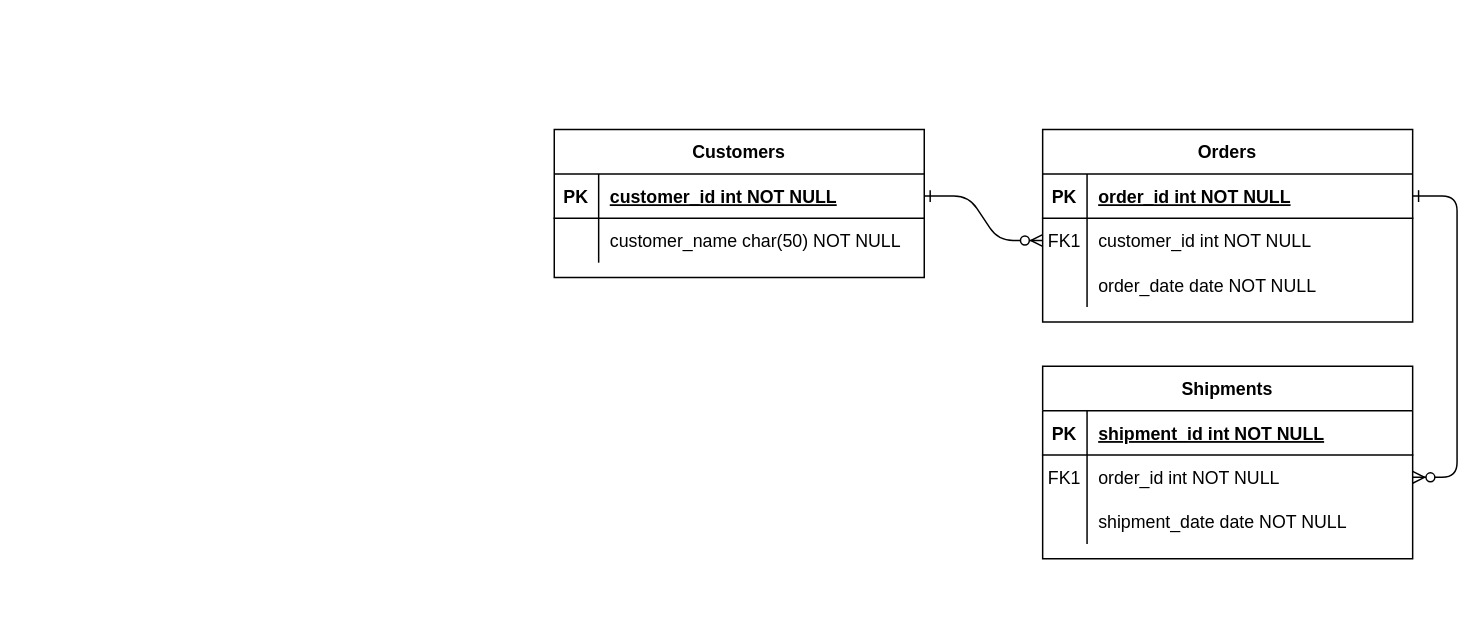
Above: Untitled Diagram.drawio in GiorgiEz/DB-modeling (draw.io), before the change. Source tidied: cells renumbered, new cells numbered last; positions are measured from the earlier drawing's top-left corner, leaving out a move shared by most shapes. Both pictures are drawn from the tidied source at 148%, with x=0, y=0 at pixel (554, 129).
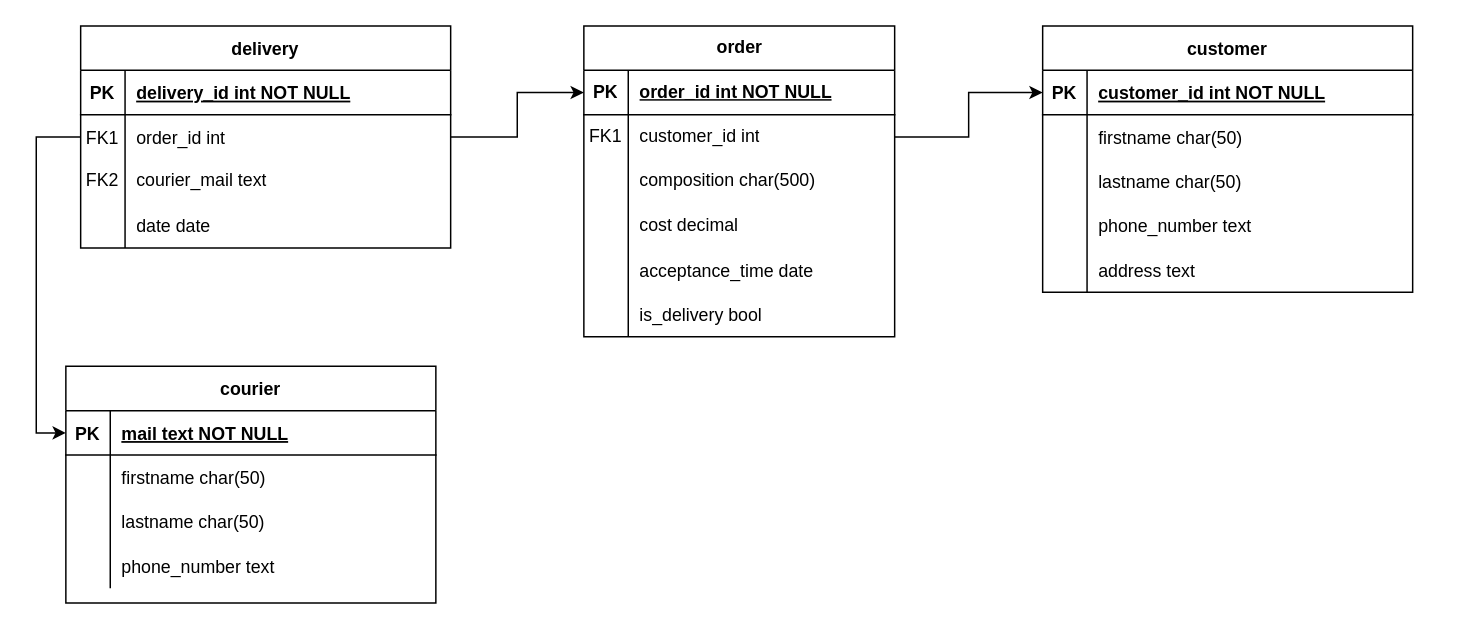
Above is the later version.

Commit message:
Added tables for delivery, order, customer and courier

The change refers to these unchanged cells:
```xml
<mxCell id="5" style="shape=partialRectangle;fillColor=none;points=[[0,0.5],[1,0.5]];portConstraint=eastwest;top=0;left=0;right=0;bottom=1;" parent="4" vertex="1">
  <mxGeometry y="30" width="250" height="30" as="geometry" />
</mxCell>
<mxCell id="8" style="shape=partialRectangle;fillColor=none;points=[[0,0.5],[1,0.5]];portConstraint=eastwest;top=0;left=0;right=0;bottom=0;" parent="4" vertex="1">
  <mxGeometry y="60" width="250" height="30" as="geometry" />
</mxCell>
<mxCell id="15" style="shape=partialRectangle;fillColor=none;points=[[0,0.5],[1,0.5]];portConstraint=eastwest;top=0;left=0;right=0;bottom=1;" parent="14" vertex="1">
  <mxGeometry y="30" width="250" height="30" as="geometry" />
</mxCell>
```

Change to the diagram source:
```diff
@@
-    <mxCell id="2" style="edgeStyle=entityRelationEdgeStyle;endArrow=ERzeroToMany;startArrow=ERone;endFill=1;startFill=0;" parent="1" edge="1" source="25" target="8">
-      <mxGeometry relative="1" as="geometry" />
-    </mxCell>
-    <mxCell id="3" style="edgeStyle=entityRelationEdgeStyle;endArrow=ERzeroToMany;startArrow=ERone;endFill=1;startFill=0;" parent="1" edge="1" source="5" target="18">
-      <mxGeometry relative="1" as="geometry" />
-    </mxCell>
-    <mxCell id="4" value="Orders" style="shape=table;startSize=30;childLayout=tableLayout;rowLines=0;fontStyle=1;align=center;" parent="1" vertex="1">
-      <mxGeometry x="330" width="250" height="130" as="geometry" />
+    <mxCell id="4" value="delivery" style="shape=table;startSize=30;childLayout=tableLayout;rowLines=0;fontStyle=1;align=center;" parent="1" vertex="1">
+      <mxGeometry x="-320" y="-70" width="250" height="150" as="geometry" />
     </mxCell>
@@
-    <mxCell id="7" value="order_id int NOT NULL " style="shape=partialRectangle;overflow=hidden;fillColor=none;top=0;left=0;bottom=0;right=0;align=left;spacingLeft=6;fontStyle=5;" parent="5" vertex="1">
+    <mxCell id="7" value="delivery_id int NOT NULL " style="shape=partialRectangle;overflow=hidden;fillColor=none;top=0;left=0;bottom=0;right=0;align=left;spacingLeft=6;fontStyle=5;" parent="5" vertex="1">
       <mxGeometry x="30" width="220" height="30" as="geometry" />
     </mxCell>
@@
-    <mxCell id="10" value="customer_id int NOT NULL" style="shape=partialRectangle;overflow=hidden;fillColor=none;top=0;left=0;bottom=0;right=0;align=left;spacingLeft=6;" parent="8" vertex="1">
+    <mxCell id="10" value="order_id int" style="shape=partialRectangle;overflow=hidden;fillColor=none;top=0;left=0;bottom=0;right=0;align=left;spacingLeft=6;" parent="8" vertex="1">
       <mxGeometry x="30" width="220" height="30" as="geometry" />
     </mxCell>
-    <mxCell id="11" style="shape=partialRectangle;fillColor=none;top=0;left=0;right=0;bottom=0;" parent="4" vertex="1">
-      <mxGeometry y="90" width="250" height="30" as="geometry" />
-    </mxCell>
-    <mxCell id="12" style="shape=partialRectangle;overflow=hidden;fillColor=none;top=0;left=0;bottom=0;right=0;" parent="11" vertex="1">
-      <mxGeometry width="30" height="30" as="geometry" />
-    </mxCell>
-    <mxCell id="13" value="order_date date NOT NULL" style="shape=partialRectangle;overflow=hidden;fillColor=none;top=0;left=0;bottom=0;right=0;align=left;spacingLeft=6;" parent="11" vertex="1">
-      <mxGeometry x="30" width="220" height="30" as="geometry" />
-    </mxCell>
+    <mxCell id="31" style="shape=tableRow;horizontal=0;startSize=0;swimlaneHead=0;swimlaneBody=0;fillColor=none;top=0;left=0;right=0;bottom=0;" parent="4" vertex="1">
+      <mxGeometry y="90" width="250" height="30" as="geometry" />
+    </mxCell>
+    <mxCell id="32" value="FK2" style="shape=partialRectangle;fillColor=none;top=0;left=0;bottom=0;right=0;fontStyle=0;overflow=hidden;whiteSpace=wrap;html=1;" parent="31" vertex="1">
+      <mxGeometry width="30" height="30" as="geometry" />
+    </mxCell>
+    <mxCell id="33" value="courier_mail text" style="shape=partialRectangle;fillColor=none;top=0;left=0;bottom=0;right=0;align=left;spacingLeft=6;fontStyle=0;overflow=hidden;whiteSpace=wrap;html=1;" parent="31" vertex="1">
+      <mxGeometry x="30" width="220" height="30" as="geometry" />
+    </mxCell>
+    <mxCell id="34" style="shape=tableRow;horizontal=0;startSize=0;swimlaneHead=0;swimlaneBody=0;fillColor=none;top=0;left=0;right=0;bottom=0;" parent="4" vertex="1">
+      <mxGeometry y="120" width="250" height="30" as="geometry" />
+    </mxCell>
+    <mxCell id="35" style="shape=partialRectangle;fillColor=none;top=0;left=0;bottom=0;right=0;overflow=hidden;" parent="34" vertex="1">
+      <mxGeometry width="30" height="30" as="geometry" />
+    </mxCell>
+    <mxCell id="36" value="date date" style="shape=partialRectangle;fillColor=none;top=0;left=0;bottom=0;right=0;align=left;spacingLeft=6;overflow=hidden;" parent="34" vertex="1">
+      <mxGeometry x="30" width="220" height="30" as="geometry" />
+    </mxCell>
-    <mxCell id="14" value="Shipments" style="shape=table;startSize=30;childLayout=tableLayout;rowLines=0;fontStyle=1;align=center;" parent="1" vertex="1">
-      <mxGeometry x="330" y="160" width="250" height="130" as="geometry" />
+    <mxCell id="14" value="courier" style="shape=table;startSize=30;childLayout=tableLayout;rowLines=0;fontStyle=1;align=center;" parent="1" vertex="1">
+      <mxGeometry x="-330" y="160" width="250" height="160" as="geometry" />
     </mxCell>
@@
-    <mxCell id="17" value="shipment_id int NOT NULL " style="shape=partialRectangle;overflow=hidden;fillColor=none;top=0;left=0;bottom=0;right=0;align=left;spacingLeft=6;fontStyle=5;" parent="15" vertex="1">
+    <mxCell id="17" value="mail text NOT NULL " style="shape=partialRectangle;overflow=hidden;fillColor=none;top=0;left=0;bottom=0;right=0;align=left;spacingLeft=6;fontStyle=5;" parent="15" vertex="1">
       <mxGeometry x="30" width="220" height="30" as="geometry" />
     </mxCell>
-    <mxCell id="18" style="shape=partialRectangle;fillColor=none;points=[[0,0.5],[1,0.5]];portConstraint=eastwest;top=0;left=0;right=0;bottom=0;" parent="14" vertex="1">
-      <mxGeometry y="60" width="250" height="30" as="geometry" />
-    </mxCell>
-    <mxCell id="19" value="FK1" style="shape=partialRectangle;overflow=hidden;fillColor=none;top=0;left=0;bottom=0;right=0;" parent="18" vertex="1">
-      <mxGeometry width="30" height="30" as="geometry" />
-    </mxCell>
-    <mxCell id="20" value="order_id int NOT NULL" style="shape=partialRectangle;overflow=hidden;fillColor=none;top=0;left=0;bottom=0;right=0;align=left;spacingLeft=6;" parent="18" vertex="1">
-      <mxGeometry x="30" width="220" height="30" as="geometry" />
-    </mxCell>
     <mxCell id="21" style="shape=partialRectangle;fillColor=none;top=0;left=0;right=0;bottom=0;" parent="14" vertex="1">
-      <mxGeometry y="90" width="250" height="30" as="geometry" />
+      <mxGeometry y="60" width="250" height="30" as="geometry" />
     </mxCell>
@@
-    <mxCell id="23" value="shipment_date date NOT NULL" style="shape=partialRectangle;overflow=hidden;fillColor=none;top=0;left=0;bottom=0;right=0;align=left;spacingLeft=6;" parent="21" vertex="1">
+    <mxCell id="23" value="firstname char(50)" style="shape=partialRectangle;overflow=hidden;fillColor=none;top=0;left=0;bottom=0;right=0;align=left;spacingLeft=6;" parent="21" vertex="1">
       <mxGeometry x="30" width="220" height="30" as="geometry" />
     </mxCell>
-    <mxCell id="24" value="Customers" style="shape=table;startSize=30;childLayout=tableLayout;rowLines=0;fontStyle=1;align=center;" parent="1" vertex="1">
-      <mxGeometry width="250" height="100" as="geometry" />
-    </mxCell>
+    <mxCell id="37" style="shape=tableRow;horizontal=0;startSize=0;swimlaneHead=0;swimlaneBody=0;fillColor=none;top=0;left=0;right=0;bottom=0;" parent="14" vertex="1">
+      <mxGeometry y="90" width="250" height="30" as="geometry" />
+    </mxCell>
+    <mxCell id="38" style="shape=partialRectangle;fillColor=none;top=0;left=0;bottom=0;right=0;overflow=hidden;" parent="37" vertex="1">
+      <mxGeometry width="30" height="30" as="geometry" />
+    </mxCell>
+    <mxCell id="39" value="lastname char(50)" style="shape=partialRectangle;fillColor=none;top=0;left=0;bottom=0;right=0;align=left;spacingLeft=6;overflow=hidden;" parent="37" vertex="1">
+      <mxGeometry x="30" width="220" height="30" as="geometry" />
+    </mxCell>
+    <mxCell id="40" style="shape=tableRow;horizontal=0;startSize=0;swimlaneHead=0;swimlaneBody=0;fillColor=none;top=0;left=0;right=0;bottom=0;" parent="14" vertex="1">
+      <mxGeometry y="120" width="250" height="30" as="geometry" />
+    </mxCell>
+    <mxCell id="41" style="shape=partialRectangle;fillColor=none;top=0;left=0;bottom=0;right=0;overflow=hidden;" parent="40" vertex="1">
+      <mxGeometry width="30" height="30" as="geometry" />
+    </mxCell>
+    <mxCell id="42" value="phone_number text" style="shape=partialRectangle;fillColor=none;top=0;left=0;bottom=0;right=0;align=left;spacingLeft=6;overflow=hidden;" parent="40" vertex="1">
+      <mxGeometry x="30" width="220" height="30" as="geometry" />
+    </mxCell>
+    <mxCell id="43" value="customer" style="shape=table;startSize=30;childLayout=tableLayout;rowLines=0;fontStyle=1;align=center;" parent="1" vertex="1">
+      <mxGeometry x="330" y="-70" width="250" height="180" as="geometry" />
+    </mxCell>
-    <mxCell id="25" style="shape=partialRectangle;fillColor=none;points=[[0,0.5],[1,0.5]];portConstraint=eastwest;top=0;left=0;right=0;bottom=1;" parent="24" vertex="1">
+    <mxCell id="25" style="shape=partialRectangle;fillColor=none;points=[[0,0.5],[1,0.5]];portConstraint=eastwest;top=0;left=0;right=0;bottom=1;" parent="43" vertex="1">
       <mxGeometry y="30" width="250" height="30" as="geometry" />
     </mxCell>
@@
-    <mxCell id="28" style="shape=partialRectangle;fillColor=none;top=0;left=0;right=0;bottom=0;" parent="24" vertex="1">
-      <mxGeometry y="60" width="250" height="30" as="geometry" />
-    </mxCell>
-    <mxCell id="29" style="shape=partialRectangle;overflow=hidden;fillColor=none;top=0;left=0;bottom=0;right=0;" parent="28" vertex="1">
-      <mxGeometry width="30" height="30" as="geometry" />
-    </mxCell>
-    <mxCell id="30" value="customer_name char(50) NOT NULL" style="shape=partialRectangle;overflow=hidden;fillColor=none;top=0;left=0;bottom=0;right=0;align=left;spacingLeft=6;" parent="28" vertex="1">
-      <mxGeometry x="30" width="220" height="30" as="geometry" />
-    </mxCell>
+    <mxCell id="44" style="shape=partialRectangle;fillColor=none;top=0;left=0;right=0;bottom=0;" parent="43" vertex="1">
+      <mxGeometry y="60" width="250" height="30" as="geometry" />
+    </mxCell>
+    <mxCell id="45" style="shape=partialRectangle;overflow=hidden;fillColor=none;top=0;left=0;bottom=0;right=0;" parent="44" vertex="1">
+      <mxGeometry width="30" height="30" as="geometry" />
+    </mxCell>
+    <mxCell id="46" value="firstname char(50)" style="shape=partialRectangle;overflow=hidden;fillColor=none;top=0;left=0;bottom=0;right=0;align=left;spacingLeft=6;" parent="44" vertex="1">
+      <mxGeometry x="30" width="220" height="30" as="geometry" />
+    </mxCell>
+    <mxCell id="47" style="shape=tableRow;horizontal=0;startSize=0;swimlaneHead=0;swimlaneBody=0;fillColor=none;top=0;left=0;right=0;bottom=0;" parent="43" vertex="1">
+      <mxGeometry y="90" width="250" height="30" as="geometry" />
+    </mxCell>
+    <mxCell id="48" style="shape=partialRectangle;fillColor=none;top=0;left=0;bottom=0;right=0;overflow=hidden;" parent="47" vertex="1">
+      <mxGeometry width="30" height="30" as="geometry" />
+    </mxCell>
+    <mxCell id="49" value="lastname char(50)" style="shape=partialRectangle;fillColor=none;top=0;left=0;bottom=0;right=0;align=left;spacingLeft=6;overflow=hidden;" parent="47" vertex="1">
+      <mxGeometry x="30" width="220" height="30" as="geometry" />
+    </mxCell>
+    <mxCell id="50" style="shape=tableRow;horizontal=0;startSize=0;swimlaneHead=0;swimlaneBody=0;fillColor=none;top=0;left=0;right=0;bottom=0;" parent="43" vertex="1">
+      <mxGeometry y="120" width="250" height="30" as="geometry" />
+    </mxCell>
+    <mxCell id="51" style="shape=partialRectangle;fillColor=none;top=0;left=0;bottom=0;right=0;overflow=hidden;" parent="50" vertex="1">
+      <mxGeometry width="30" height="30" as="geometry" />
+    </mxCell>
+    <mxCell id="52" value="phone_number text" style="shape=partialRectangle;fillColor=none;top=0;left=0;bottom=0;right=0;align=left;spacingLeft=6;overflow=hidden;" parent="50" vertex="1">
+      <mxGeometry x="30" width="220" height="30" as="geometry" />
+    </mxCell>
+    <mxCell id="53" style="shape=tableRow;horizontal=0;startSize=0;swimlaneHead=0;swimlaneBody=0;fillColor=none;top=0;left=0;right=0;bottom=0;" parent="43" vertex="1">
+      <mxGeometry y="150" width="250" height="30" as="geometry" />
+    </mxCell>
+    <mxCell id="54" style="shape=partialRectangle;fillColor=none;top=0;left=0;bottom=0;right=0;overflow=hidden;" parent="53" vertex="1">
+      <mxGeometry width="30" height="30" as="geometry" />
+    </mxCell>
+    <mxCell id="55" value="address text" style="shape=partialRectangle;fillColor=none;top=0;left=0;bottom=0;right=0;align=left;spacingLeft=6;overflow=hidden;" parent="53" vertex="1">
+      <mxGeometry x="30" width="220" height="30" as="geometry" />
+    </mxCell>
+    <mxCell id="56" value="order" style="shape=table;startSize=30;childLayout=tableLayout;rowLines=0;fontStyle=1;align=center;html=1;" parent="1" vertex="1">
+      <mxGeometry x="20" y="-70" width="210" height="210" as="geometry" />
+    </mxCell>
+    <mxCell id="57" style="shape=tableRow;horizontal=0;startSize=0;swimlaneHead=0;swimlaneBody=0;fillColor=none;points=[[0,0.5],[1,0.5]];portConstraint=eastwest;top=0;left=0;right=0;bottom=1;" parent="56" vertex="1">
+      <mxGeometry y="30" width="210" height="30" as="geometry" />
+    </mxCell>
+    <mxCell id="58" value="PK" style="shape=partialRectangle;fillColor=none;top=0;left=0;bottom=0;right=0;fontStyle=1;overflow=hidden;whiteSpace=wrap;html=1;" parent="57" vertex="1">
+      <mxGeometry width="30" height="30" as="geometry" />
+    </mxCell>
+    <mxCell id="20" value="&lt;span style=&quot;text-wrap: nowrap;&quot;&gt;order_id int NOT NULL&lt;/span&gt;" style="shape=partialRectangle;fillColor=none;top=0;left=0;bottom=0;right=0;align=left;spacingLeft=6;fontStyle=5;overflow=hidden;whiteSpace=wrap;html=1;" parent="57" vertex="1">
+      <mxGeometry x="30" width="180" height="30" as="geometry" />
+    </mxCell>
+    <mxCell id="59" style="shape=tableRow;horizontal=0;startSize=0;swimlaneHead=0;swimlaneBody=0;fillColor=none;points=[[0,0.5],[1,0.5]];portConstraint=eastwest;top=0;left=0;right=0;bottom=0;" parent="56" vertex="1">
+      <mxGeometry y="60" width="210" height="30" as="geometry" />
+    </mxCell>
+    <mxCell id="19" value="FK1" style="shape=partialRectangle;fillColor=none;top=0;left=0;bottom=0;right=0;overflow=hidden;whiteSpace=wrap;html=1;" parent="59" vertex="1">
+      <mxGeometry width="30" height="30" as="geometry" />
+    </mxCell>
+    <mxCell id="60" value="&lt;span style=&quot;text-wrap: nowrap;&quot;&gt;customer_id int&lt;/span&gt;" style="shape=partialRectangle;fillColor=none;top=0;left=0;bottom=0;right=0;align=left;spacingLeft=6;overflow=hidden;whiteSpace=wrap;html=1;" parent="59" vertex="1">
+      <mxGeometry x="30" width="180" height="30" as="geometry" />
+    </mxCell>
+    <mxCell id="61" style="shape=tableRow;horizontal=0;startSize=0;swimlaneHead=0;swimlaneBody=0;fillColor=none;top=0;left=0;right=0;bottom=0;" parent="56" vertex="1">
+      <mxGeometry y="90" width="210" height="30" as="geometry" />
+    </mxCell>
+    <mxCell id="62" style="shape=partialRectangle;fillColor=none;top=0;left=0;bottom=0;right=0;overflow=hidden;whiteSpace=wrap;html=1;" parent="61" vertex="1">
+      <mxGeometry width="30" height="30" as="geometry" />
+    </mxCell>
+    <mxCell id="63" value="&lt;span style=&quot;text-wrap: nowrap;&quot;&gt;composition char(500)&lt;/span&gt;" style="shape=partialRectangle;fillColor=none;top=0;left=0;bottom=0;right=0;align=left;spacingLeft=6;overflow=hidden;whiteSpace=wrap;html=1;" parent="61" vertex="1">
+      <mxGeometry x="30" width="180" height="30" as="geometry" />
+    </mxCell>
+    <mxCell id="64" style="shape=tableRow;horizontal=0;startSize=0;swimlaneHead=0;swimlaneBody=0;fillColor=none;top=0;left=0;right=0;bottom=0;" parent="56" vertex="1">
+      <mxGeometry y="120" width="210" height="30" as="geometry" />
+    </mxCell>
+    <mxCell id="65" style="shape=partialRectangle;fillColor=none;top=0;left=0;bottom=0;right=0;overflow=hidden;whiteSpace=wrap;html=1;" parent="64" vertex="1">
+      <mxGeometry width="30" height="30" as="geometry" />
+    </mxCell>
+    <mxCell id="66" value="&lt;span style=&quot;text-wrap: nowrap;&quot;&gt;cost decimal&lt;/span&gt;" style="shape=partialRectangle;fillColor=none;top=0;left=0;bottom=0;right=0;align=left;spacingLeft=6;overflow=hidden;whiteSpace=wrap;html=1;" parent="64" vertex="1">
+      <mxGeometry x="30" width="180" height="30" as="geometry" />
+    </mxCell>
+    <mxCell id="67" style="shape=tableRow;horizontal=0;startSize=0;swimlaneHead=0;swimlaneBody=0;fillColor=none;top=0;left=0;right=0;bottom=0;" parent="56" vertex="1">
+      <mxGeometry y="150" width="210" height="30" as="geometry" />
+    </mxCell>
+    <mxCell id="68" style="shape=partialRectangle;fillColor=none;top=0;left=0;bottom=0;right=0;overflow=hidden;" parent="67" vertex="1">
+      <mxGeometry width="30" height="30" as="geometry" />
+    </mxCell>
+    <mxCell id="69" value="acceptance_time date" style="shape=partialRectangle;fillColor=none;top=0;left=0;bottom=0;right=0;align=left;spacingLeft=6;overflow=hidden;" parent="67" vertex="1">
+      <mxGeometry x="30" width="180" height="30" as="geometry" />
+    </mxCell>
+    <mxCell id="70" style="shape=tableRow;horizontal=0;startSize=0;swimlaneHead=0;swimlaneBody=0;fillColor=none;top=0;left=0;right=0;bottom=0;" parent="56" vertex="1">
+      <mxGeometry y="180" width="210" height="30" as="geometry" />
+    </mxCell>
+    <mxCell id="71" style="shape=partialRectangle;fillColor=none;top=0;left=0;bottom=0;right=0;overflow=hidden;" parent="70" vertex="1">
+      <mxGeometry width="30" height="30" as="geometry" />
+    </mxCell>
+    <mxCell id="72" value="is_delivery bool" style="shape=partialRectangle;fillColor=none;top=0;left=0;bottom=0;right=0;align=left;spacingLeft=6;overflow=hidden;" parent="70" vertex="1">
+      <mxGeometry x="30" width="180" height="30" as="geometry" />
+    </mxCell>
+    <mxCell id="73" style="edgeStyle=orthogonalEdgeStyle;rounded=0;jettySize=auto;html=1;exitX=1;exitY=0.5;exitDx=0;exitDy=0;entryX=0;entryY=0.5;entryDx=0;entryDy=0;" parent="1" edge="1" source="59" target="25">
+      <mxGeometry relative="1" as="geometry" />
+    </mxCell>
+    <mxCell id="74" style="edgeStyle=orthogonalEdgeStyle;rounded=0;jettySize=auto;html=1;exitX=1;exitY=0.5;exitDx=0;exitDy=0;entryX=0;entryY=0.5;entryDx=0;entryDy=0;" parent="1" edge="1" source="8" target="57">
+      <mxGeometry relative="1" as="geometry" />
+    </mxCell>
+    <mxCell id="75" style="edgeStyle=orthogonalEdgeStyle;rounded=0;jettySize=auto;html=1;exitX=0;exitY=0.5;exitDx=0;exitDy=0;entryX=0;entryY=0.5;entryDx=0;entryDy=0;" parent="1" edge="1" source="8" target="15">
+      <mxGeometry relative="1" as="geometry" />
+    </mxCell>
```
